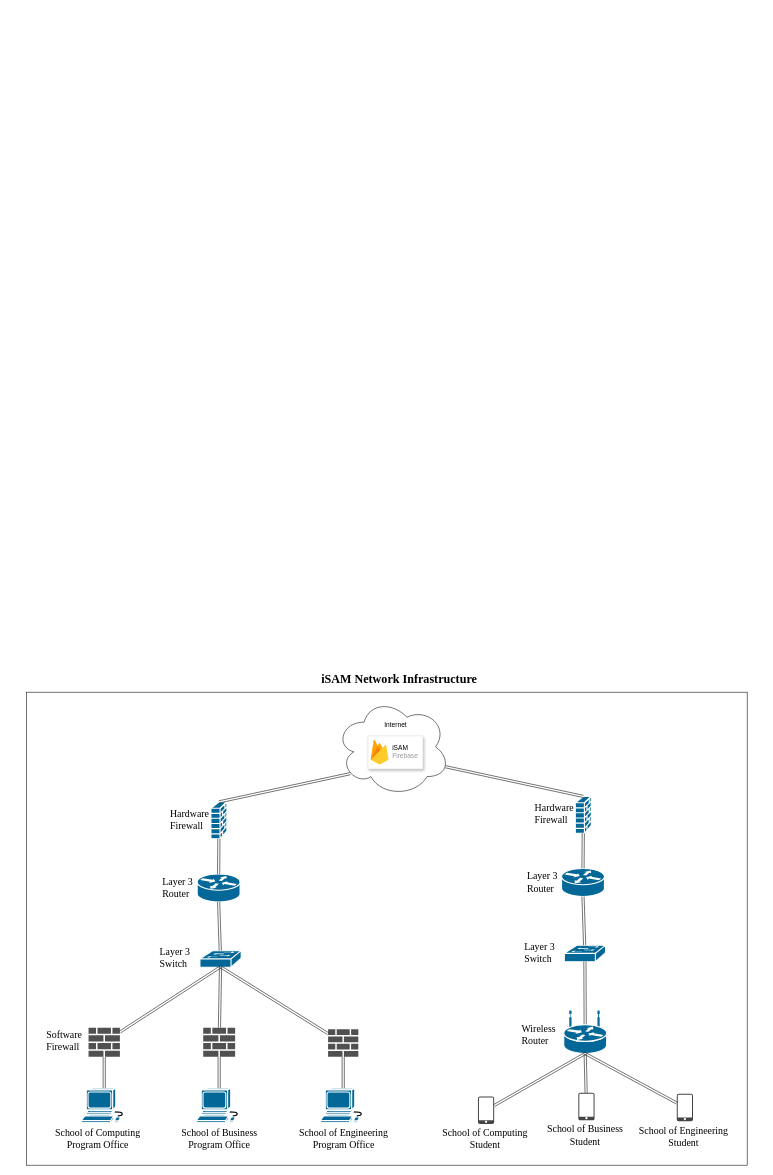
This is Documentation/iSAM Network Layout/iSAM_Network_Layout.drawio from LRANUL/UOP_SE_Y2S2-PUSL2008-INTRODUCTION-TO-INTERNET-OF-THINGS, a draw.io file, before an edit. Source tidied: cells renumbered, new cells numbered last; positions are measured from the earlier drawing's top-left corner, leaving out a move shared by most shapes. Both pictures are drawn from the tidied source at 55%, with x=0, y=0 at pixel (26, 670).
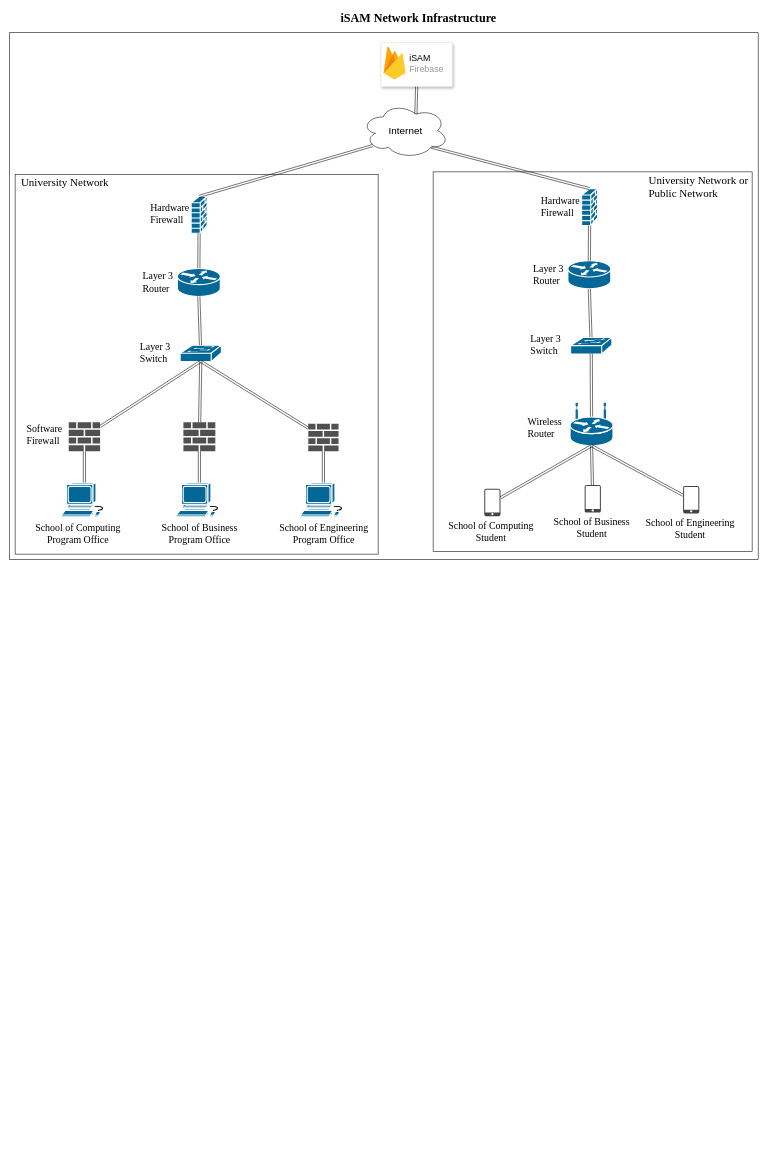
The same diagram, later.

Change to the diagram source:
```diff
@@
+    <mxCell id="54" style="rounded=0;whiteSpace=wrap;html=1;" parent="1" vertex="1">
+      <mxGeometry x="739" y="-906" width="580" height="690" as="geometry" />
+    </mxCell>
+    <mxCell id="55" style="rounded=0;whiteSpace=wrap;html=1;" parent="1" vertex="1">
+      <mxGeometry x="-21" y="-901" width="660" height="690" as="geometry" />
+    </mxCell>
     <mxCell id="2" value="iSAM Network Infrastructure" style="text;html=1;align=left;verticalAlign=top;spacingTop=-4;fontSize=22;fontFamily=Times New Roman;fontStyle=1;" parent="1" vertex="1">
-      <mxGeometry x="534" width="280" height="30" as="geometry" />
+      <mxGeometry x="569" y="-1201" width="280" height="30" as="geometry" />
     </mxCell>
     <mxCell id="3" style="shape=mxgraph.cisco.computers_and_peripherals.workstation;html=1;dashed=0;fillColor=#036897;strokeColor=#ffffff;strokeWidth=2;verticalLabelPosition=bottom;verticalAlign=top;align=center;outlineConnect=0;fontFamily=Times New Roman;fontSize=18;" parent="1" vertex="1">
-      <mxGeometry x="99.5" y="760" width="83" height="62" as="geometry" />
+      <mxGeometry x="63.5" y="-341" width="83" height="62" as="geometry" />
     </mxCell>
     <mxCell id="4" style="shape=mxgraph.cisco.computers_and_peripherals.workstation;html=1;dashed=0;fillColor=#036897;strokeColor=#ffffff;strokeWidth=2;verticalLabelPosition=bottom;verticalAlign=top;align=center;outlineConnect=0;fontFamily=Times New Roman;fontSize=18;" parent="1" vertex="1">
-      <mxGeometry x="308.5" y="760" width="83" height="62" as="geometry" />
+      <mxGeometry x="272.5" y="-341" width="83" height="62" as="geometry" />
     </mxCell>
     <mxCell id="5" style="shape=mxgraph.cisco.computers_and_peripherals.workstation;html=1;dashed=0;fillColor=#036897;strokeColor=#ffffff;strokeWidth=2;verticalLabelPosition=bottom;verticalAlign=top;align=center;outlineConnect=0;fontFamily=Times New Roman;fontSize=18;" parent="1" vertex="1">
-      <mxGeometry x="534" y="760" width="83" height="62" as="geometry" />
+      <mxGeometry x="498" y="-341" width="83" height="62" as="geometry" />
     </mxCell>
     <mxCell id="6" value="School of Computing&lt;br&gt;Program Office" style="text;html=1;align=center;verticalAlign=top;spacingTop=-4;fontSize=18;fontFamily=Times New Roman;" parent="1" vertex="1">
-      <mxGeometry x="44" y="828.5" width="170" height="50" as="geometry" />
+      <mxGeometry x="8" y="-272.5" width="170" height="50" as="geometry" />
     </mxCell>
     <mxCell id="7" value="School of Business&lt;br&gt;Program Office" style="text;html=1;align=center;verticalAlign=top;spacingTop=-4;fontSize=18;fontFamily=Times New Roman;" parent="1" vertex="1">
-      <mxGeometry x="275" y="828.5" width="150" height="50" as="geometry" />
+      <mxGeometry x="239" y="-272.5" width="150" height="50" as="geometry" />
     </mxCell>
     <mxCell id="8" value="School of Engineering&lt;br&gt;Program Office" style="text;html=1;align=center;verticalAlign=top;spacingTop=-4;fontSize=18;fontFamily=Times New Roman;" parent="1" vertex="1">
-      <mxGeometry x="485.5" y="828.5" width="180" height="50" as="geometry" />
+      <mxGeometry x="449.5" y="-272.5" width="180" height="50" as="geometry" />
     </mxCell>
@@
     <mxCell id="10" style="shadow=0;dashed=0;html=1;strokeColor=none;fillColor=#505050;labelPosition=center;verticalLabelPosition=bottom;verticalAlign=top;outlineConnect=0;align=center;shape=mxgraph.office.concepts.firewall;fontFamily=Times New Roman;fontSize=18;" parent="1" vertex="1">
-      <mxGeometry x="112.5" y="650" width="57" height="53" as="geometry" />
+      <mxGeometry x="76.5" y="-451" width="57" height="53" as="geometry" />
     </mxCell>
     <mxCell id="11" style="shadow=0;dashed=0;html=1;strokeColor=none;fillColor=#505050;labelPosition=center;verticalLabelPosition=bottom;verticalAlign=top;outlineConnect=0;align=center;shape=mxgraph.office.concepts.firewall;fontFamily=Times New Roman;fontSize=18;" parent="1" vertex="1">
-      <mxGeometry x="321" y="650" width="58" height="53" as="geometry" />
+      <mxGeometry x="285" y="-451" width="58" height="53" as="geometry" />
     </mxCell>
     <mxCell id="12" style="shadow=0;dashed=0;html=1;strokeColor=none;fillColor=#505050;labelPosition=center;verticalLabelPosition=bottom;verticalAlign=top;outlineConnect=0;align=center;shape=mxgraph.office.concepts.firewall;fontFamily=Times New Roman;fontSize=18;" parent="1" vertex="1">
-      <mxGeometry x="548" y="653" width="55" height="50" as="geometry" />
+      <mxGeometry x="512" y="-448" width="55" height="50" as="geometry" />
     </mxCell>
@@
     <mxCell id="15" value="Software &lt;br&gt;Firewall" style="text;html=1;align=left;verticalAlign=top;spacingTop=-4;fontSize=18;fontFamily=Times New Roman;" parent="1" vertex="1">
-      <mxGeometry x="34" y="650" width="80" height="50" as="geometry" />
+      <mxGeometry x="-2" y="-451" width="80" height="50" as="geometry" />
     </mxCell>
     <mxCell id="16" style="shape=mxgraph.cisco.switches.workgroup_switch;html=1;dashed=0;fillColor=#036897;strokeColor=#ffffff;strokeWidth=2;verticalLabelPosition=bottom;verticalAlign=top;align=center;outlineConnect=0;fontFamily=Times New Roman;fontSize=18;" parent="1" vertex="1">
-      <mxGeometry x="315" y="510" width="75" height="30" as="geometry" />
+      <mxGeometry x="279" y="-591" width="75" height="30" as="geometry" />
     </mxCell>
@@
     <mxCell id="20" style="shape=mxgraph.cisco.routers.router;html=1;dashed=0;fillColor=#036897;strokeColor=#ffffff;strokeWidth=2;verticalLabelPosition=bottom;verticalAlign=top;align=center;outlineConnect=0;fontFamily=Times New Roman;fontSize=18;" parent="1" vertex="1">
-      <mxGeometry x="310" y="370.5" width="78" height="51" as="geometry" />
+      <mxGeometry x="274" y="-730.5" width="78" height="51" as="geometry" />
     </mxCell>
@@
     <mxCell id="22" style="shape=mxgraph.cisco.security.firewall;html=1;dashed=0;fillColor=#036897;strokeColor=#ffffff;strokeWidth=2;verticalLabelPosition=bottom;verticalAlign=top;fontFamily=Times New Roman;fontSize=18;align=center;" parent="1" vertex="1">
-      <mxGeometry x="335" y="239.5" width="29" height="67" as="geometry" />
+      <mxGeometry x="299" y="-861.5" width="29" height="67" as="geometry" />
     </mxCell>
     <mxCell id="23" value="Hardware&amp;nbsp;&lt;br&gt;Firewall" style="text;html=1;align=left;verticalAlign=top;spacingTop=-4;fontSize=18;fontFamily=Times New Roman;" parent="1" vertex="1">
-      <mxGeometry x="259" y="248" width="90" height="50" as="geometry" />
+      <mxGeometry x="223" y="-853" width="90" height="50" as="geometry" />
     </mxCell>
     <mxCell id="24" value="Layer 3&amp;nbsp;&lt;br&gt;Switch" style="text;html=1;align=left;verticalAlign=top;spacingTop=-4;fontSize=18;fontFamily=Times New Roman;" parent="1" vertex="1">
-      <mxGeometry x="240" y="500" width="80" height="50" as="geometry" />
+      <mxGeometry x="204" y="-601" width="80" height="50" as="geometry" />
     </mxCell>
     <mxCell id="25" value="Layer 3 &lt;br&gt;Router" style="text;html=1;align=left;verticalAlign=top;spacingTop=-4;fontSize=18;fontFamily=Times New Roman;" parent="1" vertex="1">
-      <mxGeometry x="245" y="371.5" width="70" height="50" as="geometry" />
+      <mxGeometry x="209" y="-729.5" width="70" height="50" as="geometry" />
     </mxCell>
     <mxCell id="26" style="rounded=0;whiteSpace=wrap;html=1;fillColor=none;fontFamily=Times New Roman;fontSize=18;align=center;" parent="1" vertex="1">
-      <mxGeometry y="40" width="1310" height="860" as="geometry" />
+      <mxGeometry x="-31" y="-1159" width="1361" height="958" as="geometry" />
     </mxCell>
@@
     <mxCell id="28" style="ellipse;shape=cloud;whiteSpace=wrap;html=1;rounded=0;shadow=0;comic=0;strokeWidth=1;fontFamily=Verdana;fontSize=12;" parent="1" vertex="1">
-      <mxGeometry x="561.5" y="49.5" width="208" height="180" as="geometry" />
+      <mxGeometry x="609" y="-1031" width="158" height="100" as="geometry" />
     </mxCell>
@@
     <mxCell id="30" style="strokeColor=#dddddd;fillColor=#ffffff;shadow=1;strokeWidth=1;rounded=1;absoluteArcSize=1;arcSize=2;" parent="1" vertex="1">
-      <mxGeometry x="620.5" y="119.5" width="100" height="60" as="geometry" />
+      <mxGeometry x="644" y="-1141" width="130" height="80" as="geometry" />
     </mxCell>
-    <mxCell id="31" value="&lt;font color=&quot;#000000&quot;&gt;iSAM&lt;/font&gt;&lt;br&gt;Firebase" style="dashed=0;html=1;fillColor=#5184F3;strokeColor=none;shape=mxgraph.gcp2.firebase;labelPosition=right;verticalLabelPosition=middle;align=left;verticalAlign=middle;spacingLeft=5;fontColor=#999999;fontSize=12;" parent="30" vertex="1">
-      <mxGeometry width="32.4" height="45" relative="1" as="geometry">
+    <mxCell id="31" value="&lt;font style=&quot;font-size: 16px&quot;&gt;&lt;font color=&quot;#000000&quot; style=&quot;font-size: 16px&quot;&gt;iSAM&lt;/font&gt;&lt;br&gt;Firebase&lt;/font&gt;" style="dashed=0;html=1;fillColor=#5184F3;strokeColor=none;shape=mxgraph.gcp2.firebase;labelPosition=right;verticalLabelPosition=middle;align=left;verticalAlign=middle;spacingLeft=5;fontColor=#999999;fontSize=12;" parent="30" vertex="1">
+      <mxGeometry width="40" height="60" relative="1" as="geometry">
         <mxPoint x="5" y="7" as="offset" />
       </mxGeometry>
     </mxCell>
-    <mxCell id="32" value="Internet" style="text;html=1;strokeColor=none;fillColor=none;align=center;verticalAlign=middle;whiteSpace=wrap;rounded=0;" parent="1" vertex="1">
-      <mxGeometry x="650.5" y="89.5" width="40" height="20" as="geometry" />
+    <mxCell id="32" value="Internet" style="text;html=1;strokeColor=none;fillColor=none;align=center;verticalAlign=middle;whiteSpace=wrap;rounded=0;fontSize=18;" parent="1" vertex="1">
+      <mxGeometry x="669" y="-991" width="40" height="20" as="geometry" />
     </mxCell>
     <mxCell id="33" value="School of Business&lt;br&gt;Student" style="text;html=1;align=center;verticalAlign=top;spacingTop=-4;fontSize=18;fontFamily=Times New Roman;" parent="1" vertex="1">
-      <mxGeometry x="940" y="822" width="150" height="50" as="geometry" />
+      <mxGeometry x="951.5" y="-283" width="150" height="50" as="geometry" />
     </mxCell>
     <mxCell id="34" style="shape=mxgraph.cisco.switches.workgroup_switch;html=1;dashed=0;fillColor=#036897;strokeColor=#ffffff;strokeWidth=2;verticalLabelPosition=bottom;verticalAlign=top;align=center;outlineConnect=0;fontFamily=Times New Roman;fontSize=18;" parent="1" vertex="1">
-      <mxGeometry x="977.5" y="500" width="75" height="30" as="geometry" />
+      <mxGeometry x="989" y="-605" width="75" height="30" as="geometry" />
     </mxCell>
@@
     <mxCell id="36" style="shape=mxgraph.cisco.routers.router;html=1;dashed=0;fillColor=#036897;strokeColor=#ffffff;strokeWidth=2;verticalLabelPosition=bottom;verticalAlign=top;align=center;outlineConnect=0;fontFamily=Times New Roman;fontSize=18;" parent="1" vertex="1">
-      <mxGeometry x="972.5" y="360.5" width="78" height="51" as="geometry" />
+      <mxGeometry x="984" y="-744.5" width="78" height="51" as="geometry" />
     </mxCell>
@@
     <mxCell id="38" style="shape=mxgraph.cisco.security.firewall;html=1;dashed=0;fillColor=#036897;strokeColor=#ffffff;strokeWidth=2;verticalLabelPosition=bottom;verticalAlign=top;fontFamily=Times New Roman;fontSize=18;align=center;" parent="1" vertex="1">
-      <mxGeometry x="997.5" y="229.5" width="29" height="67" as="geometry" />
+      <mxGeometry x="1009" y="-875.5" width="29" height="67" as="geometry" />
     </mxCell>
     <mxCell id="39" value="Hardware&amp;nbsp;&lt;br&gt;Firewall" style="text;html=1;align=left;verticalAlign=top;spacingTop=-4;fontSize=18;fontFamily=Times New Roman;" parent="1" vertex="1">
-      <mxGeometry x="921.5" y="238" width="90" height="50" as="geometry" />
+      <mxGeometry x="933" y="-867" width="90" height="50" as="geometry" />
     </mxCell>
     <mxCell id="40" value="Layer 3&amp;nbsp;&lt;br&gt;Switch" style="text;html=1;align=left;verticalAlign=top;spacingTop=-4;fontSize=18;fontFamily=Times New Roman;" parent="1" vertex="1">
-      <mxGeometry x="902.5" y="490" width="80" height="50" as="geometry" />
+      <mxGeometry x="914" y="-615" width="80" height="50" as="geometry" />
     </mxCell>
     <mxCell id="41" value="Layer 3 &lt;br&gt;Router" style="text;html=1;align=left;verticalAlign=top;spacingTop=-4;fontSize=18;fontFamily=Times New Roman;" parent="1" vertex="1">
-      <mxGeometry x="907.5" y="361.5" width="70" height="50" as="geometry" />
+      <mxGeometry x="919" y="-743.5" width="70" height="50" as="geometry" />
     </mxCell>
@@
-    <mxCell id="43" style="shape=link;html=1;fontFamily=Times New Roman;fontSize=22;exitX=0.5;exitY=0;exitDx=0;exitDy=0;exitPerimeter=0;entryX=0.96;entryY=0.7;entryDx=0;entryDy=0;entryPerimeter=0;" parent="1" edge="1" source="38" target="28">
+    <mxCell id="43" style="shape=link;html=1;fontFamily=Times New Roman;fontSize=22;exitX=0.5;exitY=0;exitDx=0;exitDy=0;exitPerimeter=0;entryX=0.8;entryY=0.8;entryDx=0;entryDy=0;entryPerimeter=0;" parent="1" edge="1" source="38" target="28">
       <mxGeometry relative="1" as="geometry" />
     </mxCell>
     <mxCell id="44" style="shadow=0;dashed=0;html=1;strokeColor=none;fillColor=#434445;labelPosition=center;verticalLabelPosition=bottom;verticalAlign=top;align=center;outlineConnect=0;shape=mxgraph.vvd.phone;" parent="1" vertex="1">
-      <mxGeometry x="1003" y="768.5" width="29.5" height="50" as="geometry" />
+      <mxGeometry x="1014.5" y="-336.5" width="29.5" height="50" as="geometry" />
     </mxCell>
     <mxCell id="45" style="shape=mxgraph.cisco.routers.wireless_router;html=1;dashed=0;fillColor=#036897;strokeColor=#ffffff;strokeWidth=2;verticalLabelPosition=bottom;verticalAlign=top;" parent="1" vertex="1">
-      <mxGeometry x="976.5" y="620" width="78" height="77" as="geometry" />
+      <mxGeometry x="988" y="-485" width="78" height="77" as="geometry" />
     </mxCell>
     <mxCell id="46" value="Wireless &lt;br&gt;Router" style="text;html=1;align=left;verticalAlign=top;spacingTop=-4;fontSize=18;fontFamily=Times New Roman;" parent="1" vertex="1">
-      <mxGeometry x="897.5" y="640" width="80" height="50" as="geometry" />
+      <mxGeometry x="909" y="-465" width="80" height="50" as="geometry" />
     </mxCell>
@@
     <mxCell id="48" value="School of Engineering&lt;br&gt;Student" style="text;html=1;align=center;verticalAlign=top;spacingTop=-4;fontSize=18;fontFamily=Times New Roman;" parent="1" vertex="1">
-      <mxGeometry x="1104" y="823.5" width="180" height="50" as="geometry" />
+      <mxGeometry x="1115.5" y="-281.5" width="180" height="50" as="geometry" />
     </mxCell>
     <mxCell id="49" style="shadow=0;dashed=0;html=1;strokeColor=none;fillColor=#434445;labelPosition=center;verticalLabelPosition=bottom;verticalAlign=top;align=center;outlineConnect=0;shape=mxgraph.vvd.phone;" parent="1" vertex="1">
-      <mxGeometry x="1182" y="770" width="29.5" height="50" as="geometry" />
+      <mxGeometry x="1193.5" y="-335" width="29.5" height="50" as="geometry" />
     </mxCell>
     <mxCell id="50" value="School of Computing&lt;br&gt;Student&lt;br&gt;" style="text;html=1;align=center;verticalAlign=top;spacingTop=-4;fontSize=18;fontFamily=Times New Roman;" parent="1" vertex="1">
-      <mxGeometry x="747.5" y="828.5" width="170" height="50" as="geometry" />
+      <mxGeometry x="759" y="-276.5" width="170" height="50" as="geometry" />
     </mxCell>
     <mxCell id="51" style="shadow=0;dashed=0;html=1;strokeColor=none;fillColor=#434445;labelPosition=center;verticalLabelPosition=bottom;verticalAlign=top;align=center;outlineConnect=0;shape=mxgraph.vvd.phone;" parent="1" vertex="1">
-      <mxGeometry x="820.5" y="775" width="29.5" height="50" as="geometry" />
+      <mxGeometry x="832" y="-330" width="29.5" height="50" as="geometry" />
     </mxCell>
@@
+    <mxCell id="56" value="University Network" style="text;html=1;align=left;verticalAlign=top;spacingTop=-4;fontSize=20;fontFamily=Times New Roman;fontStyle=0;" parent="1" vertex="1">
+      <mxGeometry x="-12" y="-901" width="190" height="30" as="geometry" />
+    </mxCell>
+    <mxCell id="57" value="University Network or &lt;br style=&quot;font-size: 20px;&quot;&gt;Public Network" style="text;html=1;align=left;verticalAlign=top;spacingTop=-4;fontSize=20;fontFamily=Times New Roman;fontStyle=0;" parent="1" vertex="1">
+      <mxGeometry x="1129" y="-906" width="210" height="50" as="geometry" />
+    </mxCell>
+    <mxCell id="58" style="shape=link;html=1;fontFamily=Times New Roman;fontSize=22;entryX=0.5;entryY=1;entryDx=0;entryDy=0;exitX=0.625;exitY=0.2;exitDx=0;exitDy=0;exitPerimeter=0;" parent="1" edge="1" source="28" target="30">
+      <mxGeometry relative="1" as="geometry" />
+    </mxCell>
```
